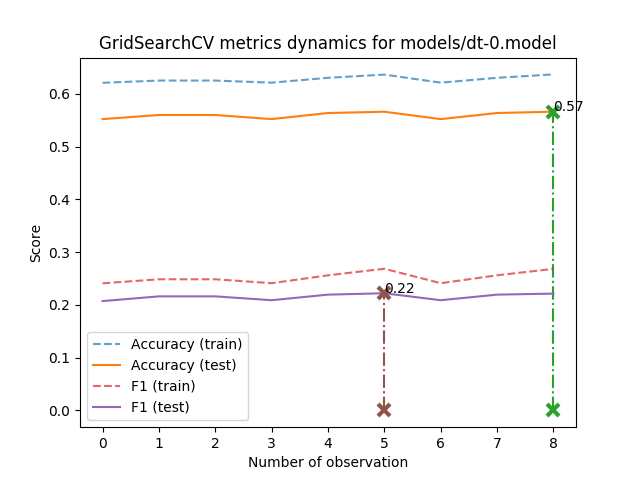
Before: models/dt-0.model_metrics.png, a diagram exported from Graphviz (AverHLV/diploma-computations). Its source is kept beside it as models/dt-0.model.dot.
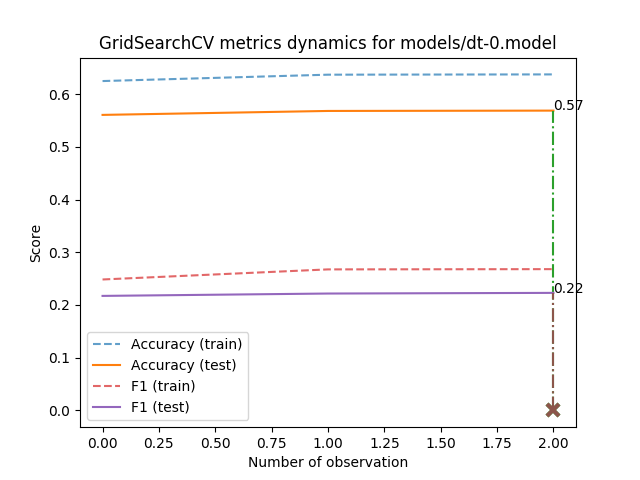
After the commit.

Diff of the diagram source:
```diff
@@ -1,56 +1,56 @@
 digraph Tree {
 node [shape=box, style="filled", color="black"] ;
-0 [label="Topic <= 0.998\ngini = 0.558\nsamples = 12050\nvalue = [[27, 5115, 697, 4463, 1748]\n[313, 7307, 2434, 832, 1164]\n[147, 6588, 593, 4038, 684]\n...\n[14, 5666, 817, 3946, 1607]\n[7, 134, 71, 48, 11790]\n[19, 2003, 30, 7761, 2237]]", fillcolor="#fefdfb"] ;
-1 [label="ОБ <= -0.369\ngini = 0.543\nsamples = 9275\nvalue = [[23, 4593, 551, 2731, 1377]\n[268, 5763, 1765, 559, 920]\n[130, 5793, 491, 2230, 631]\n...\n[14, 4959, 429, 2512, 1361]\n[6, 117, 41, 37, 9074]\n[18, 1797, 21, 5833, 1606]]", fillcolor="#fdf6f1"] ;
+0 [label="Topic <= 0.998\ngini = 0.558\nsamples = 12050\nvalue = [[28, 5148, 696, 4454, 1724]\n[321, 7306, 2414, 843, 1166]\n[137, 6568, 588, 4069, 688]\n...\n[15, 5636, 832, 3949, 1618]\n[8, 148, 57, 48, 11789]\n[15, 2015, 32, 7763, 2225]]", fillcolor="#fffdfb"] ;
+1 [label="ОБ <= -0.369\ngini = 0.543\nsamples = 9265\nvalue = [[23, 4607, 553, 2720, 1362]\n[269, 5762, 1736, 577, 921]\n[117, 5767, 483, 2261, 637]\n...\n[15, 4921, 444, 2511, 1374]\n[6, 131, 33, 37, 9058]\n[14, 1808, 22, 5830, 1591]]", fillcolor="#fdf6f1"] ;
 0 -> 1 [labeldistance=2.5, labelangle=45, headlabel="True"] ;
-5 [label="Позафракційні <= -1.95\ngini = 0.533\nsamples = 2180\nvalue = [[8, 1226, 74, 457, 415]\n[39, 1458, 225, 157, 301]\n[28, 1345, 67, 482, 258]\n...\n[5, 1151, 83, 564, 377]\n[1, 13, 9, 1, 2156]\n[9, 337, 1, 1218, 615]]", fillcolor="#fcf2ea"] ;
+5 [label="НФ <= -0.871\ngini = 0.531\nsamples = 2166\nvalue = [[7, 1222, 77, 444, 416]\n[36, 1454, 211, 158, 307]\n[20, 1338, 65, 482, 261]\n...\n[7, 1158, 87, 531, 383]\n[1, 17, 8, 0, 2140]\n[5, 328, 1, 1224, 608]]", fillcolor="#fcf1e9"] ;
 1 -> 5 ;
-7 [label="gini = 0.413\nsamples = 209\nvalue = [[2, 24, 2, 110, 71]\n[0, 115, 37, 35, 22]\n[1, 40, 6, 133, 29]\n...\n[0, 22, 6, 104, 77]\n[0, 0, 0, 0, 209]\n[0, 5, 0, 31, 173]]", fillcolor="#f2be99"] ;
-5 -> 7 ;
-8 [label="ВОБ <= -0.559\ngini = 0.517\nsamples = 1971\nvalue = [[6, 1202, 72, 347, 344]\n[39, 1343, 188, 122, 279]\n[27, 1305, 61, 349, 229]\n...\n[5, 1129, 77, 460, 300]\n[1, 13, 9, 1, 1947]\n[9, 332, 1, 1187, 442]]", fillcolor="#fbebdf"] ;
-5 -> 8 ;
-23 [label="gini = 0.529\nsamples = 448\nvalue = [[0, 231, 12, 110, 95]\n[8, 230, 37, 43, 130]\n[6, 246, 22, 130, 44]\n...\n[1, 212, 12, 167, 56]\n[0, 0, 0, 0, 448]\n[1, 82, 0, 284, 81]]", fillcolor="#fcf0e7"] ;
-8 -> 23 ;
-24 [label="gini = 0.497\nsamples = 1523\nvalue = [[6, 971, 60, 237, 249]\n[31, 1113, 151, 79, 149]\n[21, 1059, 39, 219, 185]\n...\n[4, 917, 65, 293, 244]\n[1, 13, 9, 1, 1499]\n[8, 250, 1, 903, 361]]", fillcolor="#f9e2d2"] ;
-8 -> 24 ;
-6 [label="Topic <= -1.596\ngini = 0.536\nsamples = 7095\nvalue = [[15, 3367, 477, 2274, 962]\n[229, 4305, 1540, 402, 619]\n[102, 4448, 424, 1748, 373]\n...\n[9, 3808, 346, 1948, 984]\n[5, 104, 32, 36, 6918]\n[9, 1460, 20, 4615, 991]]", fillcolor="#fdf3ec"] ;
+9 [label="gini = 0.514\nsamples = 405\nvalue = [[3, 124, 8, 161, 109]\n[3, 235, 50, 57, 60]\n[2, 131, 10, 191, 71]\n...\n[1, 108, 14, 179, 103]\n[0, 1, 0, 0, 404]\n[1, 17, 0, 186, 201]]", fillcolor="#fbe9dd"] ;
+5 -> 9 ;
+10 [label="gini = 0.503\nsamples = 1761\nvalue = [[4, 1098, 69, 283, 307]\n[33, 1219, 161, 101, 247]\n[18, 1207, 55, 291, 190]\n...\n[6, 1050, 73, 352, 280]\n[1, 16, 8, 0, 1736]\n[4, 311, 1, 1038, 407]]", fillcolor="#fae5d6"] ;
+5 -> 10 ;
+6 [label="Topic <= -1.596\ngini = 0.536\nsamples = 7099\nvalue = [[16, 3385, 476, 2276, 946]\n[233, 4308, 1525, 419, 614]\n[97, 4429, 418, 1779, 376]\n...\n[8, 3763, 357, 1980, 991]\n[5, 114, 25, 37, 6918]\n[9, 1480, 21, 4606, 983]]", fillcolor="#fdf3ec"] ;
 1 -> 6 ;
-9 [label="gini = 0.469\nsamples = 320\nvalue = [[2, 88, 58, 151, 21]\n[5, 232, 61, 9, 13]\n[0, 81, 61, 175, 3]\n...\n[1, 79, 68, 133, 39]\n[0, 19, 1, 16, 284]\n[0, 22, 0, 223, 75]]", fillcolor="#f7d6bf"] ;
-6 -> 9 ;
-10 [label="НФ <= 0.753\ngini = 0.531\nsamples = 6775\nvalue = [[13, 3279, 419, 2123, 941]\n[224, 4073, 1479, 393, 606]\n[102, 4367, 363, 1573, 370]\n...\n[8, 3729, 278, 1815, 945]\n[5, 85, 31, 20, 6634]\n[9, 1438, 20, 4392, 916]]", fillcolor="#fcf1e9"] ;
-6 -> 10 ;
-13 [label="Екогрупа <= -1.414\ngini = 0.524\nsamples = 5148\nvalue = [[4, 2384, 282, 1761, 717]\n[130, 3231, 1124, 276, 387]\n[63, 3283, 259, 1252, 291]\n...\n[8, 2947, 215, 1460, 518]\n[3, 35, 20, 13, 5077]\n[5, 1133, 16, 3370, 624]]", fillcolor="#fbeee4"] ;
-10 -> 13 ;
-15 [label="gini = 0.485\nsamples = 267\nvalue = [[0, 84, 10, 132, 41]\n[4, 181, 40, 5, 37]\n[0, 98, 6, 159, 4]\n...\n[0, 89, 13, 131, 34]\n[0, 5, 0, 0, 262]\n[0, 17, 0, 96, 154]]", fillcolor="#f8ddca"] ;
+7 [label="gini = 0.468\nsamples = 344\nvalue = [[2, 94, 57, 171, 20]\n[6, 249, 62, 11, 16]\n[0, 84, 62, 196, 2]\n...\n[1, 78, 81, 138, 46]\n[0, 23, 1, 18, 302]\n[0, 20, 0, 238, 86]]", fillcolor="#f6d6be"] ;
+6 -> 7 ;
+8 [label="НФ <= 0.753\ngini = 0.531\nsamples = 6755\nvalue = [[14, 3291, 419, 2105, 926]\n[227, 4059, 1463, 408, 598]\n[97, 4345, 356, 1583, 374]\n...\n[7, 3685, 276, 1842, 945]\n[5, 91, 24, 19, 6616]\n[9, 1460, 21, 4368, 897]]", fillcolor="#fcf1e9"] ;
+6 -> 8 ;
+13 [label="Екогрупа <= -1.414\ngini = 0.525\nsamples = 5163\nvalue = [[6, 2411, 290, 1745, 711]\n[141, 3210, 1130, 289, 393]\n[59, 3284, 252, 1273, 295]\n...\n[7, 2932, 216, 1494, 514]\n[3, 35, 16, 12, 5097]\n[4, 1149, 16, 3388, 606]]", fillcolor="#fceee4"] ;
+8 -> 13 ;
+15 [label="gini = 0.481\nsamples = 268\nvalue = [[0, 85, 12, 132, 39]\n[4, 177, 41, 6, 40]\n[0, 99, 5, 159, 5]\n...\n[0, 91, 19, 127, 31]\n[0, 4, 0, 1, 263]\n[0, 15, 0, 102, 151]]", fillcolor="#f8dbc7"] ;
 13 -> 15 ;
-16 [label="gini = 0.519\nsamples = 4881\nvalue = [[4, 2300, 272, 1629, 676]\n[126, 3050, 1084, 271, 350]\n[63, 3185, 253, 1093, 287]\n...\n[8, 2858, 202, 1329, 484]\n[3, 30, 20, 13, 4815]\n[5, 1116, 16, 3274, 470]]", fillcolor="#fbece0"] ;
+16 [label="Екогрупа <= 0.281\ngini = 0.519\nsamples = 4895\nvalue = [[6, 2326, 278, 1613, 672]\n[137, 3033, 1089, 283, 353]\n[59, 3185, 247, 1114, 290]\n...\n[7, 2841, 197, 1367, 483]\n[3, 31, 16, 11, 4834]\n[4, 1134, 16, 3286, 455]]", fillcolor="#fbece1"] ;
 13 -> 16 ;
-14 [label="gini = 0.53\nsamples = 1627\nvalue = [[9, 895, 137, 362, 224]\n[94, 842, 355, 117, 219]\n[39, 1084, 104, 321, 79]\n...\n[0, 782, 63, 355, 427]\n[2, 50, 11, 7, 1557]\n[4, 305, 4, 1022, 292]]", fillcolor="#fcf0e8"] ;
-10 -> 14 ;
-2 [label="НФ <= -0.149\ngini = 0.524\nsamples = 2775\nvalue = [[4, 522, 146, 1732, 371]\n[45, 1544, 669, 273, 244]\n[17, 795, 102, 1808, 53]\n...\n[0, 707, 388, 1434, 246]\n[1, 17, 30, 11, 2716]\n[1, 206, 9, 1928, 631]]", fillcolor="#fbeee4"] ;
+25 [label="gini = 0.508\nsamples = 1798\nvalue = [[3, 919, 135, 456, 285]\n[63, 1180, 348, 79, 128]\n[24, 1333, 85, 297, 59]\n...\n[4, 1080, 50, 420, 244]\n[1, 24, 3, 3, 1767]\n[0, 289, 8, 1183, 318]]", fillcolor="#fae7d9"] ;
+16 -> 25 ;
+26 [label="gini = 0.517\nsamples = 3097\nvalue = [[3, 1407, 143, 1157, 387]\n[74, 1853, 741, 204, 225]\n[35, 1852, 162, 817, 231]\n...\n[3, 1761, 147, 947, 239]\n[2, 7, 13, 8, 3067]\n[4, 845, 8, 2103, 137]]", fillcolor="#fbebe0"] ;
+16 -> 26 ;
+14 [label="gini = 0.529\nsamples = 1592\nvalue = [[8, 880, 129, 360, 215]\n[86, 849, 333, 119, 205]\n[38, 1061, 104, 310, 79]\n...\n[0, 753, 60, 348, 431]\n[2, 56, 8, 7, 1519]\n[5, 311, 5, 980, 291]]", fillcolor="#fcf0e8"] ;
+8 -> 14 ;
+2 [label="НФ <= -0.149\ngini = 0.526\nsamples = 2785\nvalue = [[5, 541, 143, 1734, 362]\n[52, 1544, 678, 266, 245]\n[20, 801, 105, 1808, 51]\n...\n[0, 715, 388, 1438, 244]\n[2, 17, 24, 11, 2731]\n[1, 207, 10, 1933, 634]]", fillcolor="#fcefe6"] ;
 0 -> 2 [labeldistance=2.5, labelangle=-45, headlabel="False"] ;
-3 [label="Topic <= 1.016\ngini = 0.458\nsamples = 1865\nvalue = [[0, 143, 60, 1430, 232]\n[23, 980, 470, 224, 168]\n[2, 318, 46, 1474, 25]\n...\n[0, 336, 234, 1204, 91]\n[0, 2, 1, 1, 1861]\n[1, 58, 3, 1357, 446]]", fillcolor="#f6d2b8"] ;
+3 [label="Topic <= 1.016\ngini = 0.46\nsamples = 1878\nvalue = [[1, 148, 62, 1439, 228]\n[25, 995, 465, 217, 176]\n[2, 323, 44, 1485, 24]\n...\n[0, 336, 247, 1209, 86]\n[0, 2, 1, 1, 1874]\n[1, 61, 2, 1367, 447]]", fillcolor="#f6d2b9"] ;
 2 -> 3 ;
-11 [label="Екогрупа <= -0.566\ngini = 0.352\nsamples = 566\nvalue = [[0, 3, 28, 495, 40]\n[7, 391, 14, 102, 52]\n[0, 44, 9, 513, 0]\n...\n[0, 45, 142, 341, 38]\n[0, 0, 0, 0, 566]\n[0, 1, 0, 416, 149]]", fillcolor="#eca470"] ;
+11 [label="Екогрупа <= -0.566\ngini = 0.352\nsamples = 591\nvalue = [[0, 2, 28, 517, 44]\n[7, 409, 14, 99, 62]\n[0, 45, 10, 536, 0]\n...\n[0, 42, 150, 357, 42]\n[0, 0, 0, 0, 591]\n[0, 1, 0, 433, 157]]", fillcolor="#eca470"] ;
 3 -> 11 ;
-25 [label="gini = 0.271\nsamples = 187\nvalue = [[0, 1, 26, 160, 0]\n[2, 101, 2, 49, 33]\n[0, 0, 2, 185, 0]\n...\n[0, 7, 9, 134, 37]\n[0, 0, 0, 0, 187]\n[0, 0, 0, 40, 147]]", fillcolor="#e58139"] ;
-11 -> 25 ;
-26 [label="gini = 0.329\nsamples = 379\nvalue = [[0, 2, 2, 335, 40]\n[5, 290, 12, 53, 19]\n[0, 44, 7, 328, 0]\n...\n[0, 38, 133, 207, 1]\n[0, 0, 0, 0, 379]\n[0, 1, 0, 376, 2]]", fillcolor="#ea9a60"] ;
-11 -> 26 ;
-12 [label="Воля <= 0.475\ngini = 0.465\nsamples = 1299\nvalue = [[0, 140, 32, 935, 192]\n[16, 589, 456, 122, 116]\n[2, 274, 37, 961, 25]\n...\n[0, 291, 92, 863, 53]\n[0, 2, 1, 1, 1295]\n[1, 57, 3, 941, 297]]", fillcolor="#f6d5bc"] ;
+23 [label="gini = 0.271\nsamples = 199\nvalue = [[0, 0, 26, 172, 1]\n[2, 107, 2, 50, 38]\n[0, 0, 3, 196, 0]\n...\n[0, 8, 11, 139, 41]\n[0, 0, 0, 0, 199]\n[0, 0, 0, 44, 155]]", fillcolor="#e58139"] ;
+11 -> 23 ;
+24 [label="gini = 0.329\nsamples = 392\nvalue = [[0, 2, 2, 345, 43]\n[5, 302, 12, 49, 24]\n[0, 45, 7, 340, 0]\n...\n[0, 34, 139, 218, 1]\n[0, 0, 0, 0, 392]\n[0, 1, 0, 389, 2]]", fillcolor="#ea9a60"] ;
+11 -> 24 ;
+12 [label="Воля <= 0.475\ngini = 0.468\nsamples = 1287\nvalue = [[1, 146, 34, 922, 184]\n[18, 586, 451, 118, 114]\n[2, 278, 34, 949, 24]\n...\n[0, 294, 97, 852, 44]\n[0, 2, 1, 1, 1283]\n[1, 60, 2, 934, 290]]", fillcolor="#f6d6be"] ;
 3 -> 12 ;
-19 [label="Екогрупа <= -1.837\ngini = 0.509\nsamples = 617\nvalue = [[0, 111, 20, 353, 133]\n[9, 363, 133, 46, 66]\n[2, 199, 27, 365, 24]\n...\n[0, 187, 51, 349, 30]\n[0, 2, 1, 1, 613]\n[1, 36, 0, 296, 284]]", fillcolor="#fae7da"] ;
-12 -> 19 ;
-21 [label="gini = 0.371\nsamples = 255\nvalue = [[0, 5, 1, 193, 56]\n[6, 107, 74, 20, 48]\n[0, 20, 4, 227, 4]\n...\n[0, 24, 13, 212, 6]\n[0, 0, 0, 0, 255]\n[1, 0, 0, 3, 251]]", fillcolor="#eeac7d"] ;
-19 -> 21 ;
-22 [label="gini = 0.516\nsamples = 362\nvalue = [[0, 106, 19, 160, 77]\n[3, 256, 59, 26, 18]\n[2, 179, 23, 138, 20]\n...\n[0, 163, 38, 137, 24]\n[0, 2, 1, 1, 358]\n[0, 36, 0, 293, 33]]", fillcolor="#fbeade"] ;
-19 -> 22 ;
-20 [label="gini = 0.383\nsamples = 682\nvalue = [[0, 29, 12, 582, 59]\n[7, 226, 323, 76, 50]\n[0, 75, 10, 596, 1]\n...\n[0, 104, 41, 514, 23]\n[0, 0, 0, 0, 682]\n[0, 21, 3, 645, 13]]", fillcolor="#efb185"] ;
-12 -> 20 ;
-4 [label="Topic <= 1.016\ngini = 0.564\nsamples = 910\nvalue = [[4, 379, 86, 302, 139]\n[22, 564, 199, 49, 76]\n[15, 477, 56, 334, 28]\n...\n[0, 371, 154, 230, 155]\n[1, 15, 29, 10, 855]\n[0, 148, 6, 571, 185]]", fillcolor="#ffffff"] ;
+17 [label="Екогрупа <= -1.837\ngini = 0.515\nsamples = 604\nvalue = [[1, 115, 17, 339, 132]\n[10, 361, 125, 43, 65]\n[2, 203, 25, 352, 22]\n...\n[0, 187, 50, 339, 28]\n[0, 2, 1, 1, 600]\n[1, 39, 0, 291, 273]]", fillcolor="#fbeade"] ;
+12 -> 17 ;
+19 [label="gini = 0.366\nsamples = 244\nvalue = [[0, 4, 0, 179, 61]\n[3, 109, 65, 20, 47]\n[0, 17, 1, 223, 3]\n...\n[0, 20, 12, 209, 3]\n[0, 0, 0, 0, 244]\n[1, 0, 0, 3, 240]]", fillcolor="#edaa79"] ;
+17 -> 19 ;
+20 [label="gini = 0.523\nsamples = 360\nvalue = [[1, 111, 17, 160, 71]\n[7, 252, 60, 23, 18]\n[2, 186, 24, 129, 19]\n...\n[0, 167, 38, 130, 25]\n[0, 2, 1, 1, 356]\n[0, 39, 0, 288, 33]]", fillcolor="#fbede3"] ;
+17 -> 20 ;
+18 [label="gini = 0.383\nsamples = 683\nvalue = [[0, 31, 17, 583, 52]\n[8, 225, 326, 75, 49]\n[0, 75, 9, 597, 2]\n...\n[0, 107, 47, 513, 16]\n[0, 0, 0, 0, 683]\n[0, 21, 2, 643, 17]]", fillcolor="#efb184"] ;
+12 -> 18 ;
+4 [label="Topic <= 1.016\ngini = 0.564\nsamples = 907\nvalue = [[4, 393, 81, 295, 134]\n[27, 549, 213, 49, 69]\n[18, 478, 61, 323, 27]\n...\n[0, 379, 141, 229, 158]\n[2, 15, 23, 10, 857]\n[0, 146, 8, 566, 187]]", fillcolor="#ffffff"] ;
 2 -> 4 ;
-17 [label="gini = 0.281\nsamples = 96\nvalue = [[0, 24, 22, 46, 4]\n[1, 76, 1, 6, 12]\n[0, 4, 0, 92, 0]\n...\n[0, 8, 66, 22, 0]\n[0, 0, 0, 0, 96]\n[0, 0, 0, 34, 62]]", fillcolor="#e68540"] ;
-4 -> 17 ;
-18 [label="gini = 0.559\nsamples = 814\nvalue = [[4, 355, 64, 256, 135]\n[21, 488, 198, 43, 64]\n[15, 473, 56, 242, 28]\n...\n[0, 363, 88, 208, 155]\n[1, 15, 29, 10, 759]\n[0, 148, 6, 537, 123]]", fillcolor="#fffdfc"] ;
-4 -> 18 ;
+21 [label="gini = 0.277\nsamples = 84\nvalue = [[0, 19, 19, 43, 3]\n[1, 67, 1, 4, 11]\n[0, 5, 0, 79, 0]\n...\n[0, 6, 58, 20, 0]\n[0, 0, 0, 0, 84]\n[0, 0, 0, 27, 57]]", fillcolor="#e5833d"] ;
+4 -> 21 ;
+22 [label="gini = 0.559\nsamples = 823\nvalue = [[4, 374, 62, 252, 131]\n[26, 482, 212, 45, 58]\n[18, 473, 61, 244, 27]\n...\n[0, 373, 83, 209, 158]\n[2, 15, 23, 10, 773]\n[0, 146, 8, 539, 130]]", fillcolor="#fffdfc"] ;
+4 -> 22 ;
 }
```
